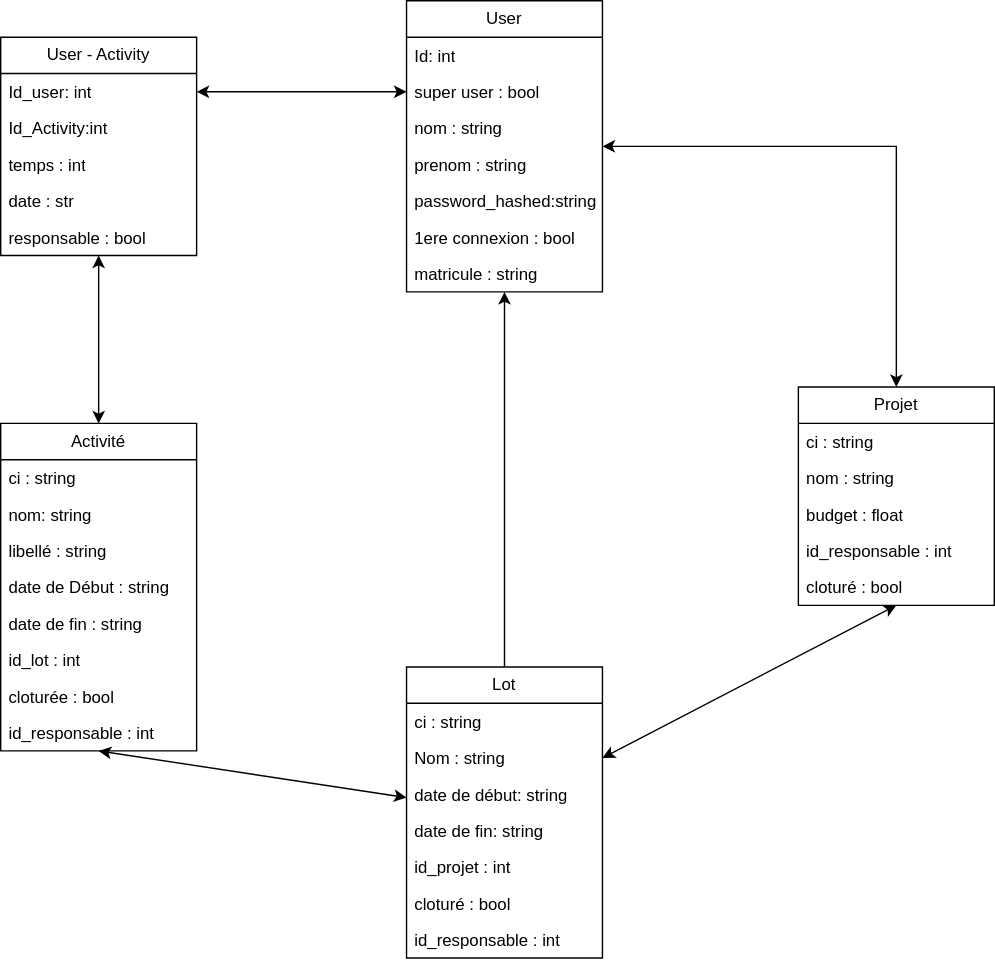
The draw.io diagram BDD/diagramme_BDD.svg in fetohiaras/projet-genilog-is, before a commit. Source tidied: cells renumbered, new cells last; positions are measured from the earlier drawing's top-left corner, leaving out a move shared by most shapes.
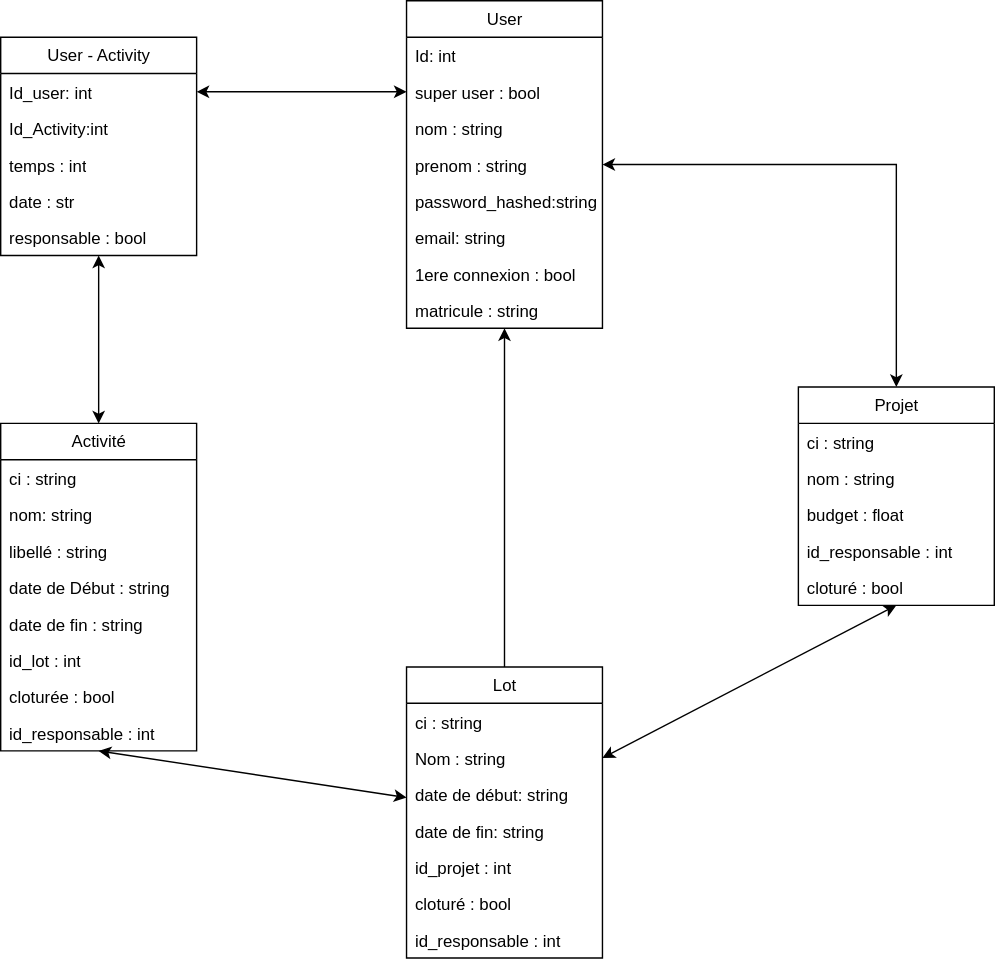
Later version of the same file.

The edit, as a diff of the source:
```diff
@@ -1,8 +1,8 @@
 <mxGraphModel>
   <root>
-    <mxCell id="0" />
-    <mxCell id="1" parent="0" />
+    <mxCell id="45" />
+    <mxCell id="46" parent="45" />
-    <mxCell id="2" style="edgeStyle=orthogonalEdgeStyle;rounded=0;jettySize=auto;html=1;startArrow=classic;startFill=1;entryX=1;entryY=0.5;entryDx=0;entryDy=0;" parent="1" edge="1" source="3" target="14">
+    <mxCell id="2" style="edgeStyle=orthogonalEdgeStyle;rounded=0;jettySize=auto;html=1;startArrow=classic;startFill=1;entryX=1;entryY=0.5;entryDx=0;entryDy=0;" parent="46" edge="1" source="3" target="14">
       <mxGeometry relative="1" as="geometry">
         <Array as="points">
           <mxPoint x="240" y="65" />
@@ -10,8 +10,8 @@
         </Array>
       </mxGeometry>
     </mxCell>
-    <mxCell id="3" value="User" style="swimlane;fontStyle=0;horizontal=1;startSize=26;fillColor=none;whiteSpace=wrap;html=1;" parent="1" vertex="1">
-      <mxGeometry x="290" width="140" height="208" as="geometry" />
+    <mxCell id="3" value="User" style="swimlane;fontStyle=0;horizontal=1;startSize=26;fillColor=none;whiteSpace=wrap;html=1;" parent="46" vertex="1">
+      <mxGeometry x="290" width="140" height="234" as="geometry" />
     </mxCell>
     <mxCell id="4" value="Id: int" style="text;strokeColor=none;fillColor=none;align=left;verticalAlign=top;spacingLeft=4;spacingRight=4;overflow=hidden;whiteSpace=wrap;html=1;" parent="3" vertex="1">
       <mxGeometry y="26" width="140" height="26" as="geometry" />
@@ -28,19 +28,22 @@
     <mxCell id="8" value="password_hashed:string" style="text;strokeColor=none;fillColor=none;align=left;verticalAlign=top;spacingLeft=4;spacingRight=4;overflow=hidden;whiteSpace=wrap;html=1;" parent="3" vertex="1">
       <mxGeometry y="130" width="140" height="26" as="geometry" />
     </mxCell>
+    <mxCell id="47" value="email: string" style="text;strokeColor=none;fillColor=none;align=left;verticalAlign=top;spacingLeft=4;spacingRight=4;overflow=hidden;whiteSpace=wrap;html=1;" parent="3" vertex="1">
+      <mxGeometry y="156" width="140" height="26" as="geometry" />
+    </mxCell>
     <mxCell id="9" value="1ere connexion : bool" style="text;strokeColor=none;fillColor=none;align=left;verticalAlign=top;spacingLeft=4;spacingRight=4;overflow=hidden;whiteSpace=wrap;html=1;" parent="3" vertex="1">
-      <mxGeometry y="156" width="140" height="26" as="geometry" />
+      <mxGeometry y="182" width="140" height="26" as="geometry" />
     </mxCell>
     <mxCell id="10" value="matricule : string" style="text;strokeColor=none;fillColor=none;align=left;verticalAlign=top;spacingLeft=4;spacingRight=4;overflow=hidden;whiteSpace=wrap;html=1;" parent="3" vertex="1">
-      <mxGeometry y="182" width="140" height="26" as="geometry" />
+      <mxGeometry y="208" width="140" height="26" as="geometry" />
     </mxCell>
-    <mxCell id="11" style="edgeStyle=orthogonalEdgeStyle;rounded=0;jettySize=auto;html=1;startArrow=classic;startFill=1;exitX=1;exitY=0.5;exitDx=0;exitDy=0;" parent="1" edge="1" source="3" target="38">
+    <mxCell id="11" style="edgeStyle=orthogonalEdgeStyle;rounded=0;jettySize=auto;html=1;startArrow=classic;startFill=1;exitX=1;exitY=0.5;exitDx=0;exitDy=0;" parent="46" edge="1" source="3" target="38">
       <mxGeometry relative="1" as="geometry" />
     </mxCell>
-    <mxCell id="12" style="rounded=0;jettySize=auto;html=1;shape=wire;dashed=1;startArrow=classic;startFill=1;" parent="1" edge="1" source="13" target="19">
+    <mxCell id="12" style="rounded=0;jettySize=auto;html=1;shape=wire;dashed=1;startArrow=classic;startFill=1;" parent="46" edge="1" source="13" target="19">
       <mxGeometry relative="1" as="geometry" />
     </mxCell>
-    <mxCell id="13" value="User - Activity" style="swimlane;fontStyle=0;horizontal=1;startSize=26;fillColor=none;whiteSpace=wrap;html=1;" parent="1" vertex="1">
+    <mxCell id="13" value="User - Activity" style="swimlane;fontStyle=0;horizontal=1;startSize=26;fillColor=none;whiteSpace=wrap;html=1;" parent="46" vertex="1">
       <mxGeometry y="26" width="140" height="156" as="geometry" />
     </mxCell>
     <mxCell id="14" value="Id_user: int" style="text;strokeColor=none;fillColor=none;align=left;verticalAlign=top;spacingLeft=4;spacingRight=4;overflow=hidden;points=[[0,0.5],[1,0.5]];portConstraint=eastwest;whiteSpace=wrap;html=1;" parent="13" vertex="1">
@@ -58,12 +61,12 @@
     <mxCell id="18" value="responsable : bool" style="text;strokeColor=none;fillColor=none;align=left;verticalAlign=top;spacingLeft=4;spacingRight=4;overflow=hidden;whiteSpace=wrap;html=1;" parent="13" vertex="1">
       <mxGeometry y="130" width="140" height="26" as="geometry" />
     </mxCell>
-    <mxCell id="19" value="Activité" style="swimlane;fontStyle=0;horizontal=1;startSize=26;fillColor=none;whiteSpace=wrap;html=1;" parent="1" vertex="1">
+    <mxCell id="19" value="Activité" style="swimlane;fontStyle=0;horizontal=1;startSize=26;fillColor=none;whiteSpace=wrap;html=1;" parent="46" vertex="1">
       <mxGeometry y="302" width="140" height="234" as="geometry" />
     </mxCell>
-    <mxCell id="20" value="ci : string" style="text;strokeColor=none;fillColor=none;align=left;verticalAlign=top;spacingLeft=4;spacingRight=4;overflow=hidden;whiteSpace=wrap;html=1;" parent="19" vertex="1">
-      <mxGeometry y="26" width="140" height="26" as="geometry" />
-    </mxCell>
+    <mxCell id="48" value="ci : string" style="text;strokeColor=none;fillColor=none;align=left;verticalAlign=top;spacingLeft=4;spacingRight=4;overflow=hidden;whiteSpace=wrap;html=1;" parent="19" vertex="1">
+      <mxGeometry y="26" width="140" height="26" as="geometry" />
+    </mxCell>
     <mxCell id="21" value="nom: string" style="text;strokeColor=none;fillColor=none;align=left;verticalAlign=top;spacingLeft=4;spacingRight=4;overflow=hidden;whiteSpace=wrap;html=1;" parent="19" vertex="1">
       <mxGeometry y="52" width="140" height="26" as="geometry" />
     </mxCell>
@@ -85,18 +88,18 @@
     <mxCell id="27" value="id_responsable : int" style="text;strokeColor=none;fillColor=none;align=left;verticalAlign=top;spacingLeft=4;spacingRight=4;overflow=hidden;whiteSpace=wrap;html=1;" parent="19" vertex="1">
       <mxGeometry y="208" width="140" height="26" as="geometry" />
     </mxCell>
-    <mxCell id="28" style="rounded=0;jettySize=auto;html=1;startArrow=classic;startFill=1;exitX=0.5;exitY=1;exitDx=0;exitDy=0;" parent="1" edge="1" source="19" target="30">
+    <mxCell id="28" style="rounded=0;jettySize=auto;html=1;startArrow=classic;startFill=1;exitX=0.5;exitY=1;exitDx=0;exitDy=0;" parent="46" edge="1" source="19" target="30">
       <mxGeometry relative="1" as="geometry" />
     </mxCell>
-    <mxCell id="29" style="edgeStyle=orthogonalEdgeStyle;rounded=0;jettySize=auto;html=1;entryX=0.5;entryY=1;entryDx=0;entryDy=0;" parent="1" edge="1" source="30" target="3">
+    <mxCell id="29" style="edgeStyle=orthogonalEdgeStyle;rounded=0;jettySize=auto;html=1;entryX=0.5;entryY=1;entryDx=0;entryDy=0;" parent="46" edge="1" source="30" target="3">
       <mxGeometry relative="1" as="geometry" />
     </mxCell>
-    <mxCell id="30" value="Lot" style="swimlane;fontStyle=0;horizontal=1;startSize=26;fillColor=none;whiteSpace=wrap;html=1;" parent="1" vertex="1">
+    <mxCell id="30" value="Lot" style="swimlane;fontStyle=0;horizontal=1;startSize=26;fillColor=none;whiteSpace=wrap;html=1;" parent="46" vertex="1">
       <mxGeometry x="290" y="476" width="140" height="208" as="geometry" />
     </mxCell>
-    <mxCell id="31" value="ci : string" style="text;strokeColor=none;fillColor=none;align=left;verticalAlign=top;spacingLeft=4;spacingRight=4;overflow=hidden;whiteSpace=wrap;html=1;" parent="30" vertex="1">
-      <mxGeometry y="26" width="140" height="26" as="geometry" />
-    </mxCell>
+    <mxCell id="49" value="ci : string" style="text;strokeColor=none;fillColor=none;align=left;verticalAlign=top;spacingLeft=4;spacingRight=4;overflow=hidden;whiteSpace=wrap;html=1;" parent="30" vertex="1">
+      <mxGeometry y="26" width="140" height="26" as="geometry" />
+    </mxCell>
     <mxCell id="32" value="Nom : string" style="text;strokeColor=none;fillColor=none;align=left;verticalAlign=top;spacingLeft=4;spacingRight=4;overflow=hidden;points=[[0,0.5],[1,0.5]];portConstraint=eastwest;whiteSpace=wrap;html=1;" parent="30" vertex="1">
       <mxGeometry y="52" width="140" height="26" as="geometry" />
     </mxCell>
@@ -115,12 +118,12 @@
     <mxCell id="37" value="id_responsable : int" style="text;strokeColor=none;fillColor=none;align=left;verticalAlign=top;spacingLeft=4;spacingRight=4;overflow=hidden;whiteSpace=wrap;html=1;" parent="30" vertex="1">
       <mxGeometry y="182" width="140" height="26" as="geometry" />
     </mxCell>
-    <mxCell id="38" value="Projet" style="swimlane;fontStyle=0;horizontal=1;startSize=26;fillColor=none;whiteSpace=wrap;html=1;" parent="1" vertex="1">
+    <mxCell id="38" value="Projet" style="swimlane;fontStyle=0;horizontal=1;startSize=26;fillColor=none;whiteSpace=wrap;html=1;" parent="46" vertex="1">
       <mxGeometry x="570" y="276" width="140" height="156" as="geometry" />
     </mxCell>
-    <mxCell id="39" value="ci : string" style="text;strokeColor=none;fillColor=none;align=left;verticalAlign=top;spacingLeft=4;spacingRight=4;overflow=hidden;whiteSpace=wrap;html=1;" parent="38" vertex="1">
-      <mxGeometry y="26" width="140" height="26" as="geometry" />
-    </mxCell>
+    <mxCell id="50" value="ci : string" style="text;strokeColor=none;fillColor=none;align=left;verticalAlign=top;spacingLeft=4;spacingRight=4;overflow=hidden;whiteSpace=wrap;html=1;" parent="38" vertex="1">
+      <mxGeometry y="26" width="140" height="26" as="geometry" />
+    </mxCell>
     <mxCell id="40" value="nom : string" style="text;strokeColor=none;fillColor=none;align=left;verticalAlign=top;spacingLeft=4;spacingRight=4;overflow=hidden;whiteSpace=wrap;html=1;" parent="38" vertex="1">
       <mxGeometry y="52" width="140" height="26" as="geometry" />
     </mxCell>
@@ -133,7 +136,7 @@
     <mxCell id="43" value="cloturé : bool" style="text;strokeColor=none;fillColor=none;align=left;verticalAlign=top;spacingLeft=4;spacingRight=4;overflow=hidden;whiteSpace=wrap;html=1;" parent="38" vertex="1">
       <mxGeometry y="130" width="140" height="26" as="geometry" />
     </mxCell>
-    <mxCell id="44" style="rounded=0;jettySize=auto;html=1;exitX=1;exitY=0.5;exitDx=0;exitDy=0;entryX=0.5;entryY=1;entryDx=0;entryDy=0;startArrow=classic;startFill=1;" parent="1" edge="1" source="32" target="38">
+    <mxCell id="44" style="rounded=0;jettySize=auto;html=1;exitX=1;exitY=0.5;exitDx=0;exitDy=0;entryX=0.5;entryY=1;entryDx=0;entryDy=0;startArrow=classic;startFill=1;" parent="46" edge="1" source="32" target="38">
       <mxGeometry relative="1" as="geometry" />
     </mxCell>
   </root>
```
